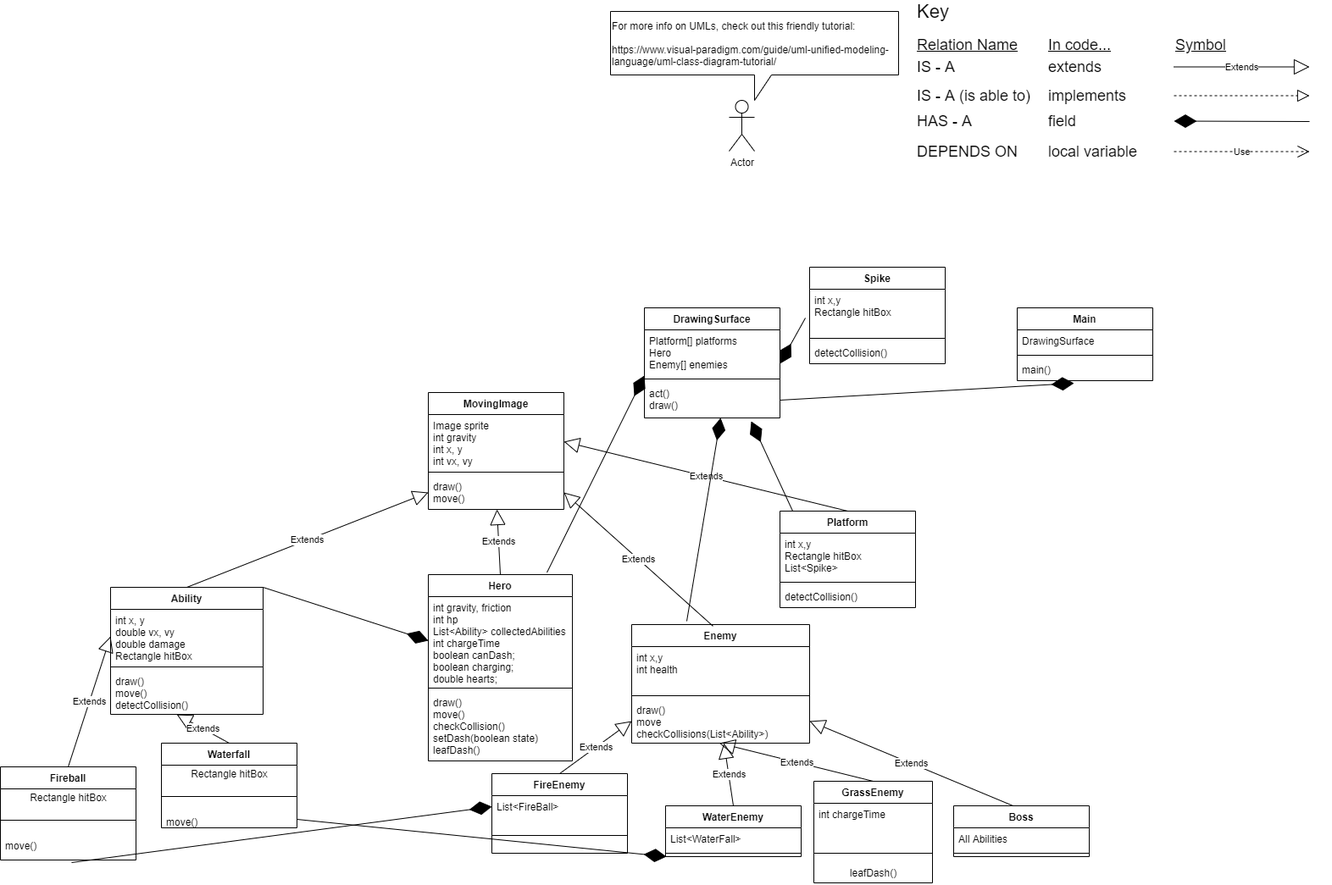
This is doc/Cykura UML.png from HHSAPCompSci2020/capstone-project-cykura, a draw.io export, as it was before one commit. Source tidied: cells renumbered, new cells last; positions are measured from the earlier drawing's top-left corner, leaving out a move shared by most shapes.
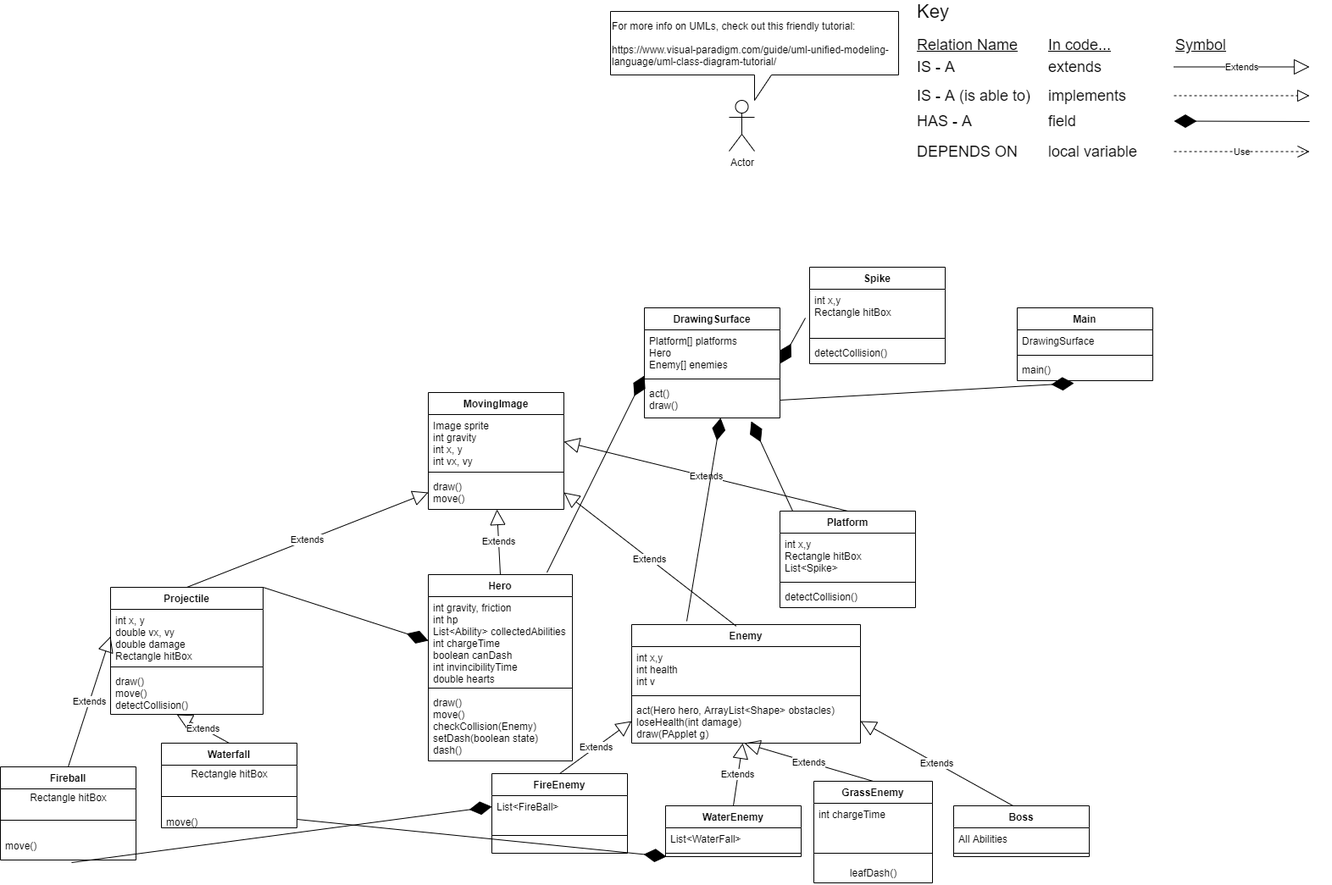
The same diagram one commit later.

Diff of the diagram source:
```diff
@@ -2,7 +2,7 @@
   <root>
     <mxCell id="0" />
     <mxCell id="1" parent="0" />
-    <mxCell id="2" value="Ability" style="swimlane;fontStyle=1;align=center;verticalAlign=top;horizontal=1;startSize=26;" parent="1" vertex="1">
+    <mxCell id="2" value="Projectile" style="swimlane;fontStyle=1;align=center;verticalAlign=top;horizontal=1;startSize=26;" parent="1" vertex="1">
       <mxGeometry x="130" y="690" width="180" height="150" as="geometry" />
     </mxCell>
     <mxCell id="3" value="int x, y&#10;double vx, vy&#10;double damage&#10;Rectangle hitBox" style="text;strokeColor=none;fillColor=none;align=left;verticalAlign=top;spacingLeft=4;spacingRight=4;overflow=hidden;points=[[0,0.5],[1,0.5]];portConstraint=eastwest;" parent="2" vertex="1">
@@ -21,16 +21,16 @@
       <mxGeometry x="720" y="10" width="340" height="105" as="geometry" />
     </mxCell>
     <mxCell id="8" value="Enemy" style="swimlane;fontStyle=1;align=center;verticalAlign=top;horizontal=1;startSize=26;" parent="1" vertex="1">
-      <mxGeometry x="745" y="734" width="210" height="140" as="geometry" />
+      <mxGeometry x="745" y="734" width="270" height="140" as="geometry" />
     </mxCell>
-    <mxCell id="9" value="int x,y&#10;int health&#10;" style="text;strokeColor=none;fillColor=none;align=left;verticalAlign=top;spacingLeft=4;spacingRight=4;overflow=hidden;" parent="8" vertex="1">
-      <mxGeometry y="26" width="210" height="54" as="geometry" />
+    <mxCell id="9" value="int x,y&#10;int health&#10;int v" style="text;strokeColor=none;fillColor=none;align=left;verticalAlign=top;spacingLeft=4;spacingRight=4;overflow=hidden;" parent="8" vertex="1">
+      <mxGeometry y="26" width="270" height="54" as="geometry" />
     </mxCell>
     <mxCell id="10" style="line;strokeWidth=1;fillColor=none;align=left;verticalAlign=middle;spacingTop=-1;spacingLeft=3;spacingRight=3;labelPosition=right;" parent="8" vertex="1">
-      <mxGeometry y="80" width="210" height="8" as="geometry" />
+      <mxGeometry y="80" width="270" height="8" as="geometry" />
     </mxCell>
-    <mxCell id="11" value="draw()&#10;move&#10;checkCollisions(List&lt;Ability&gt;)" style="text;strokeColor=none;fillColor=none;align=left;verticalAlign=top;spacingLeft=4;spacingRight=4;overflow=hidden;points=[[0,0.5],[1,0.5]];portConstraint=eastwest;" parent="8" vertex="1">
-      <mxGeometry y="88" width="210" height="52" as="geometry" />
+    <mxCell id="11" value="act(Hero hero, ArrayList&lt;Shape&gt; obstacles) &#10;loseHealth(int damage)&#10;draw(PApplet g)" style="text;strokeColor=none;fillColor=none;align=left;verticalAlign=top;spacingLeft=4;spacingRight=4;overflow=hidden;points=[[0,0.5],[1,0.5]];portConstraint=eastwest;" parent="8" vertex="1">
+      <mxGeometry y="88" width="270" height="52" as="geometry" />
     </mxCell>
     <mxCell id="12" value="&lt;font style=&quot;font-size: 22px&quot;&gt;Key&lt;/font&gt;" style="text;html=1;align=left;verticalAlign=middle;strokeColor=none;" parent="1" vertex="1">
       <mxGeometry x="1080" width="50" height="20" as="geometry" />
@@ -95,13 +95,13 @@
     <mxCell id="28" value="Hero" style="swimlane;fontStyle=1;align=center;verticalAlign=top;horizontal=1;startSize=26;" parent="1" vertex="1">
       <mxGeometry x="505" y="675" width="170" height="220" as="geometry" />
     </mxCell>
-    <mxCell id="29" value="int gravity, friction&#10;int hp&#10;List&lt;Ability&gt; collectedAbilities&#10;int chargeTime&#10;boolean canDash;&#10;boolean charging;&#10;double hearts;" style="text;strokeColor=none;fillColor=none;align=left;verticalAlign=top;spacingLeft=4;spacingRight=4;overflow=hidden;points=[[0,0.5],[1,0.5]];portConstraint=eastwest;" parent="28" vertex="1">
+    <mxCell id="29" value="int gravity, friction&#10;int hp&#10;List&lt;Ability&gt; collectedAbilities&#10;int chargeTime&#10;boolean canDash&#10;int invincibilityTime&#10;double hearts" style="text;strokeColor=none;fillColor=none;align=left;verticalAlign=top;spacingLeft=4;spacingRight=4;overflow=hidden;points=[[0,0.5],[1,0.5]];portConstraint=eastwest;" parent="28" vertex="1">
       <mxGeometry y="26" width="170" height="104" as="geometry" />
     </mxCell>
     <mxCell id="30" style="line;strokeWidth=1;fillColor=none;align=left;verticalAlign=middle;spacingTop=-1;spacingLeft=3;spacingRight=3;labelPosition=right;" parent="28" vertex="1">
       <mxGeometry y="130" width="170" height="8" as="geometry" />
     </mxCell>
-    <mxCell id="31" value="draw()&#10;move()&#10;checkCollision()&#10;setDash(boolean state)&#10;leafDash()" style="text;strokeColor=none;fillColor=none;align=left;verticalAlign=top;spacingLeft=4;spacingRight=4;overflow=hidden;" parent="28" vertex="1">
+    <mxCell id="31" value="draw()&#10;move()&#10;checkCollision(Enemy)&#10;setDash(boolean state)&#10;dash()" style="text;strokeColor=none;fillColor=none;align=left;verticalAlign=top;spacingLeft=4;spacingRight=4;overflow=hidden;" parent="28" vertex="1">
       <mxGeometry y="138" width="170" height="82" as="geometry" />
     </mxCell>
     <mxCell id="32" value="DrawingSurface" style="swimlane;fontStyle=1;align=center;verticalAlign=top;horizontal=1;startSize=26;" parent="1" vertex="1">
```
